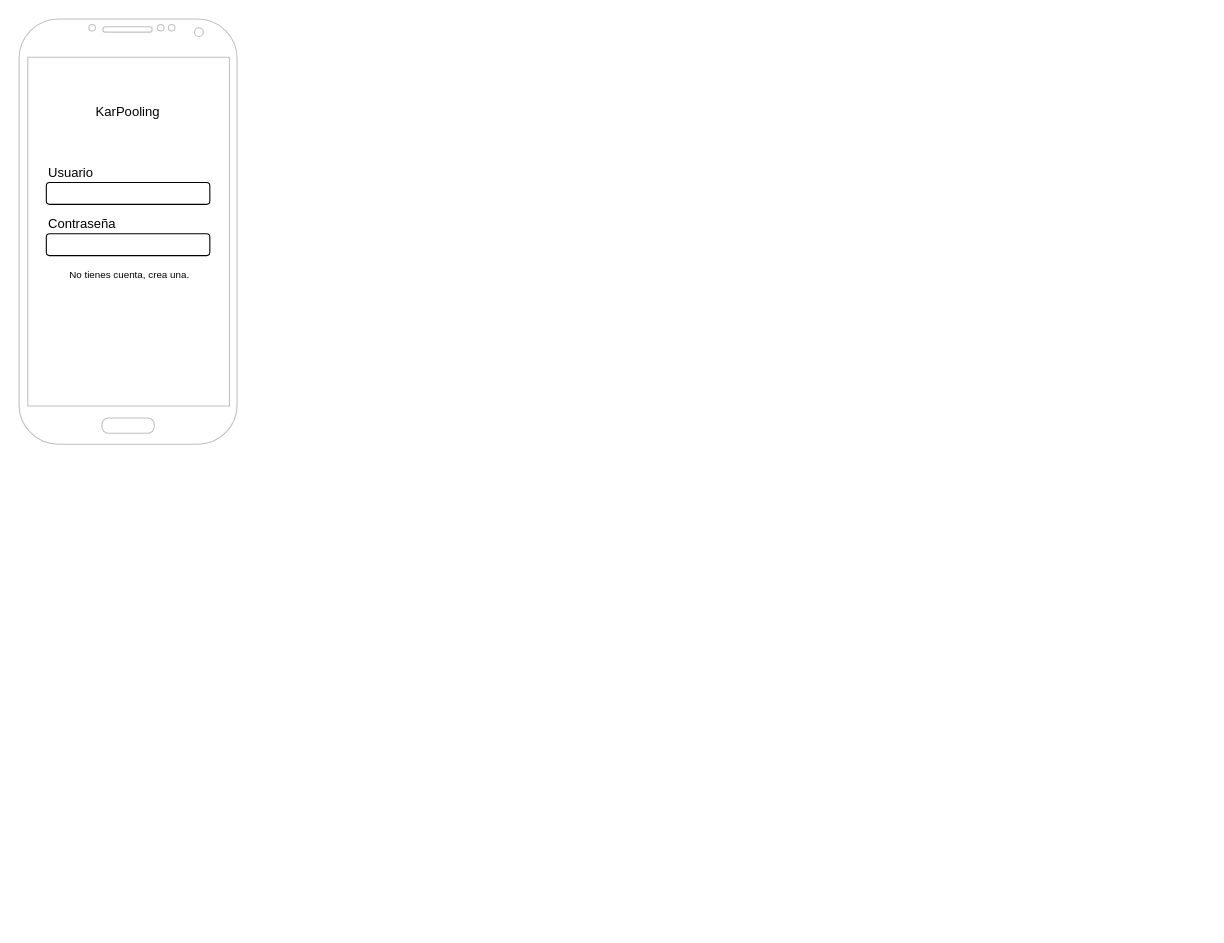
This is docs/boceto_inicial.drawio from KarPooling/karpooling-docs, a draw.io file, before an edit. Source tidied: cells renumbered, new cells numbered last; positions are measured from the earlier drawing's top-left corner, leaving out a move shared by most shapes. Both pictures are drawn from the tidied source at 109%, with x=0, y=0 at pixel (19, 19). Pictures stored in the file or linked from it are replaced by grey dashed boxes.
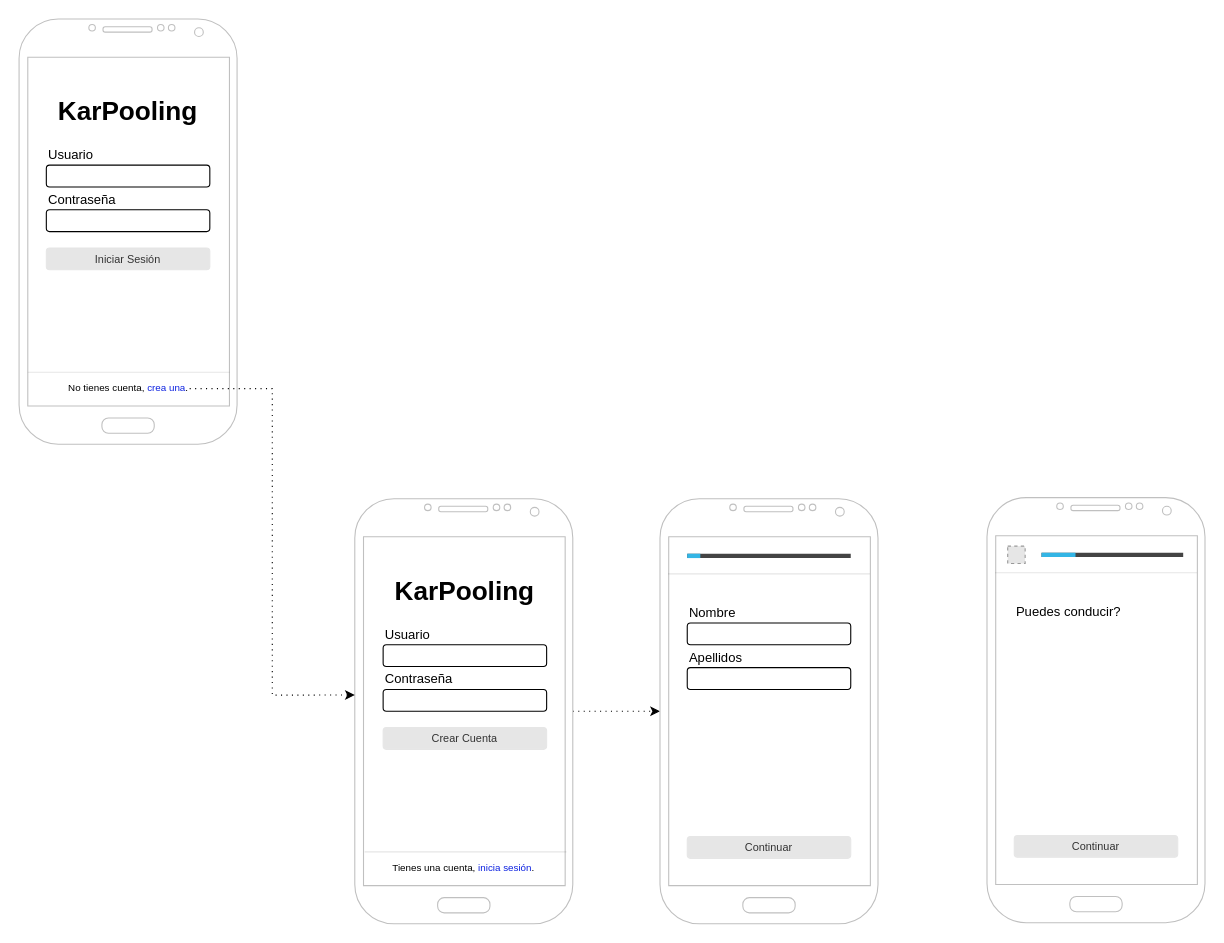
Above is the later version.

Diff of the diagram source:
```diff
@@
-    <mxCell id="3" value="KarPooling" style="text;html=1;whiteSpace=wrap;strokeColor=none;fillColor=none;align=center;verticalAlign=middle;rounded=0;" parent="1" vertex="1">
+    <mxCell id="3" value="&lt;h1&gt;KarPooling&lt;/h1&gt;" style="text;html=1;whiteSpace=wrap;strokeColor=none;fillColor=none;align=center;verticalAlign=middle;rounded=0;" parent="1" vertex="1">
       <mxGeometry x="70" y="70" width="60" height="30" as="geometry" />
     </mxCell>
     <mxCell id="4" style="group;" parent="1" vertex="1">
-      <mxGeometry x="25" y="126" width="150" height="91" as="geometry" />
+      <mxGeometry x="25" y="110" width="150" height="91" as="geometry" />
     </mxCell>
@@
     <mxCell id="7" style="rounded=1;whiteSpace=wrap;html=1;roundedPerimeter=1;" parent="4" vertex="1">
-      <mxGeometry y="71" width="150" height="20" as="geometry" />
+      <mxGeometry y="65" width="150" height="20" as="geometry" />
     </mxCell>
     <mxCell id="8" value="Contraseña" style="text;html=1;whiteSpace=wrap;strokeColor=none;fillColor=none;align=left;verticalAlign=middle;rounded=0;" parent="4" vertex="1">
-      <mxGeometry y="47" width="60" height="30" as="geometry" />
+      <mxGeometry y="41" width="60" height="30" as="geometry" />
     </mxCell>
-    <mxCell id="9" value="&lt;p&gt;&lt;span style=&quot;color: light-dark(rgb(0, 0, 0), rgb(126, 166, 224));&quot;&gt;No tienes cuenta, crea una.&lt;/span&gt;&lt;/p&gt;" style="text;html=1;whiteSpace=wrap;strokeColor=none;fillColor=none;align=center;verticalAlign=middle;rounded=0;fontSize=9;" parent="1" vertex="1">
-      <mxGeometry x="45" y="220" width="113" height="30" as="geometry" />
+    <mxCell id="9" value="&lt;p&gt;&lt;span style=&quot;&quot;&gt;No tienes cuenta, &lt;span style=&quot;color: light-dark(rgb(11, 32, 224), rgb(126, 166, 224));&quot;&gt;crea una&lt;/span&gt;.&lt;/span&gt;&lt;/p&gt;" style="text;html=1;whiteSpace=wrap;strokeColor=none;fillColor=none;align=center;verticalAlign=middle;rounded=0;fontSize=9;fontColor=light-dark(#000000,#7EA6E0);" parent="1" vertex="1">
+      <mxGeometry x="43.5" y="324" width="113" height="30" as="geometry" />
     </mxCell>
+    <mxCell id="10" value="Iniciar Sesión" style="rounded=1;html=1;shadow=0;dashed=0;whiteSpace=wrap;fontSize=10;fillColor=#E6E6E6;align=center;strokeColor=#E6E6E6;fontColor=#333333;" parent="1" vertex="1">
+      <mxGeometry x="25" y="210" width="150" height="20" as="geometry" />
+    </mxCell>
+    <mxCell id="11" style="endArrow=none;html=1;rounded=0;entryX=0.966;entryY=0.818;entryDx=0;entryDy=0;entryPerimeter=0;textOpacity=10;opacity=10;" parent="1" edge="1">
+      <mxGeometry relative="1" as="geometry">
+        <mxPoint x="8" y="324" as="sourcePoint" />
+        <mxPoint x="193.2" y="324" as="targetPoint" />
+      </mxGeometry>
+    </mxCell>
+    <mxCell id="12" style="edgeStyle=orthogonalEdgeStyle;rounded=0;jettySize=auto;html=1;dashed=1;dashPattern=1 4;" parent="1" edge="1" source="13" target="24">
+      <mxGeometry relative="1" as="geometry" />
+    </mxCell>
+    <mxCell id="13" style="verticalLabelPosition=bottom;verticalAlign=top;html=1;shadow=0;dashed=0;strokeWidth=1;shape=mxgraph.android.phone2;strokeColor=#c0c0c0;" parent="1" vertex="1">
+      <mxGeometry x="308" y="440" width="200" height="390" as="geometry" />
+    </mxCell>
+    <mxCell id="14" value="&lt;p&gt;&lt;span style=&quot;&quot;&gt;Tienes una cuenta, &lt;span style=&quot;color: light-dark(rgb(11, 32, 224), rgb(126, 166, 224));&quot;&gt;inicia sesión&lt;/span&gt;.&lt;/span&gt;&lt;/p&gt;" style="text;html=1;whiteSpace=wrap;strokeColor=none;fillColor=none;align=center;verticalAlign=middle;rounded=0;fontSize=9;fontColor=light-dark(#000000,#7EA6E0);" parent="1" vertex="1">
+      <mxGeometry x="333" y="764" width="150" height="30" as="geometry" />
+    </mxCell>
+    <mxCell id="15" style="edgeStyle=orthogonalEdgeStyle;rounded=0;jettySize=auto;html=1;entryX=0;entryY=0.462;entryDx=0;entryDy=0;entryPerimeter=0;dashed=1;dashPattern=1 4;" parent="1" edge="1" source="9" target="13">
+      <mxGeometry relative="1" as="geometry" />
+    </mxCell>
+    <mxCell id="16" value="&lt;h1&gt;KarPooling&lt;/h1&gt;" style="text;html=1;whiteSpace=wrap;strokeColor=none;fillColor=none;align=center;verticalAlign=middle;rounded=0;" parent="1" vertex="1">
+      <mxGeometry x="379" y="510" width="60" height="30" as="geometry" />
+    </mxCell>
+    <mxCell id="17" style="group;" parent="1" vertex="1">
+      <mxGeometry x="334" y="550" width="150" height="91" as="geometry" />
+    </mxCell>
+    <mxCell id="18" style="rounded=1;whiteSpace=wrap;html=1;roundedPerimeter=1;" parent="17" vertex="1">
+      <mxGeometry y="24" width="150" height="20" as="geometry" />
+    </mxCell>
+    <mxCell id="19" value="Usuario" style="text;html=1;whiteSpace=wrap;strokeColor=none;fillColor=none;align=left;verticalAlign=middle;rounded=0;" parent="17" vertex="1">
+      <mxGeometry width="60" height="30" as="geometry" />
+    </mxCell>
+    <mxCell id="20" style="rounded=1;whiteSpace=wrap;html=1;roundedPerimeter=1;" parent="17" vertex="1">
+      <mxGeometry y="65" width="150" height="20" as="geometry" />
+    </mxCell>
+    <mxCell id="21" value="Contraseña" style="text;html=1;whiteSpace=wrap;strokeColor=none;fillColor=none;align=left;verticalAlign=middle;rounded=0;" parent="17" vertex="1">
+      <mxGeometry y="41" width="60" height="30" as="geometry" />
+    </mxCell>
+    <mxCell id="22" value="Crear Cuenta" style="rounded=1;html=1;shadow=0;dashed=0;whiteSpace=wrap;fontSize=10;fillColor=#E6E6E6;align=center;strokeColor=#E6E6E6;fontColor=#333333;" parent="1" vertex="1">
+      <mxGeometry x="334" y="650" width="150" height="20" as="geometry" />
+    </mxCell>
+    <mxCell id="23" style="endArrow=none;html=1;rounded=0;entryX=0.966;entryY=0.818;entryDx=0;entryDy=0;entryPerimeter=0;textOpacity=10;opacity=10;" parent="1" edge="1">
+      <mxGeometry relative="1" as="geometry">
+        <mxPoint x="317" y="764" as="sourcePoint" />
+        <mxPoint x="502.2" y="764" as="targetPoint" />
+      </mxGeometry>
+    </mxCell>
+    <mxCell id="24" style="verticalLabelPosition=bottom;verticalAlign=top;html=1;shadow=0;dashed=0;strokeWidth=1;shape=mxgraph.android.phone2;strokeColor=#c0c0c0;" parent="1" vertex="1">
+      <mxGeometry x="588" y="440" width="200" height="390" as="geometry" />
+    </mxCell>
+    <mxCell id="25" style="endArrow=none;html=1;rounded=0;entryX=0.966;entryY=0.818;entryDx=0;entryDy=0;entryPerimeter=0;textOpacity=10;opacity=10;" parent="1" edge="1">
+      <mxGeometry relative="1" as="geometry">
+        <mxPoint x="595.4" y="509" as="sourcePoint" />
+        <mxPoint x="780.6" y="509" as="targetPoint" />
+      </mxGeometry>
+    </mxCell>
+    <mxCell id="26" style="verticalLabelPosition=bottom;verticalAlign=top;html=1;shadow=0;dashed=0;strokeWidth=4;shape=mxgraph.android.progressBar;strokeColor=#33b5e5;dx1=0;dx2=0.08;fillColor=none;strokeColor2=#444444;" parent="1" vertex="1">
+      <mxGeometry x="613" y="490" width="150" height="5" as="geometry" />
+    </mxCell>
+    <mxCell id="27" style="group;" parent="1" vertex="1">
+      <mxGeometry x="613" y="530" width="150" height="91" as="geometry" />
+    </mxCell>
+    <mxCell id="28" style="rounded=1;whiteSpace=wrap;html=1;roundedPerimeter=1;" parent="27" vertex="1">
+      <mxGeometry y="24" width="150" height="20" as="geometry" />
+    </mxCell>
+    <mxCell id="29" value="Nombre" style="text;html=1;whiteSpace=wrap;strokeColor=none;fillColor=none;align=left;verticalAlign=middle;rounded=0;" parent="27" vertex="1">
+      <mxGeometry width="60" height="30" as="geometry" />
+    </mxCell>
+    <mxCell id="30" style="rounded=1;whiteSpace=wrap;html=1;roundedPerimeter=1;" parent="27" vertex="1">
+      <mxGeometry y="65" width="150" height="20" as="geometry" />
+    </mxCell>
+    <mxCell id="31" value="Apellidos" style="text;html=1;whiteSpace=wrap;strokeColor=none;fillColor=none;align=left;verticalAlign=middle;rounded=0;" parent="27" vertex="1">
+      <mxGeometry y="41" width="60" height="30" as="geometry" />
+    </mxCell>
+    <mxCell id="32" value="Continuar" style="rounded=1;html=1;shadow=0;dashed=0;whiteSpace=wrap;fontSize=10;fillColor=#E6E6E6;align=center;strokeColor=#E6E6E6;fontColor=#333333;" parent="1" vertex="1">
+      <mxGeometry x="613" y="750" width="150" height="20" as="geometry" />
+    </mxCell>
+    <mxCell id="33" style="verticalLabelPosition=bottom;verticalAlign=top;html=1;shadow=0;dashed=0;strokeWidth=1;shape=mxgraph.android.phone2;strokeColor=#c0c0c0;" parent="1" vertex="1">
+      <mxGeometry x="888" y="439" width="200" height="390" as="geometry" />
+    </mxCell>
+    <mxCell id="34" style="endArrow=none;html=1;rounded=0;entryX=0.966;entryY=0.818;entryDx=0;entryDy=0;entryPerimeter=0;textOpacity=10;opacity=10;" parent="1" edge="1">
+      <mxGeometry relative="1" as="geometry">
+        <mxPoint x="895.4" y="508" as="sourcePoint" />
+        <mxPoint x="1080.6" y="508" as="targetPoint" />
+      </mxGeometry>
+    </mxCell>
+    <mxCell id="35" style="verticalLabelPosition=bottom;verticalAlign=top;html=1;shadow=0;dashed=0;strokeWidth=4;shape=mxgraph.android.progressBar;strokeColor=#33b5e5;dx1=0;dx2=0.24;fillColor=none;strokeColor2=#444444;" parent="1" vertex="1">
+      <mxGeometry x="938" y="489" width="130" height="5" as="geometry" />
+    </mxCell>
+    <mxCell id="36" value="Continuar" style="rounded=1;html=1;shadow=0;dashed=0;whiteSpace=wrap;fontSize=10;fillColor=#E6E6E6;align=center;strokeColor=#E6E6E6;fontColor=#333333;" parent="1" vertex="1">
+      <mxGeometry x="913" y="749" width="150" height="20" as="geometry" />
+    </mxCell>
+    <mxCell id="37" style="fillColor=#E6E6E6;strokeColor=#999999;dashed=1;verticalLabelPosition=bottom;verticalAlign=top;" parent="1" vertex="1">
+      <mxGeometry x="907" y="483.5" width="16" height="16" as="geometry" />
+    </mxCell>
+    <mxCell id="38" value="Puedes conducir?" style="text;html=1;whiteSpace=wrap;strokeColor=none;fillColor=none;align=left;verticalAlign=middle;rounded=0;" parent="1" vertex="1">
+      <mxGeometry x="913" y="529" width="110" height="30" as="geometry" />
+    </mxCell>
```
